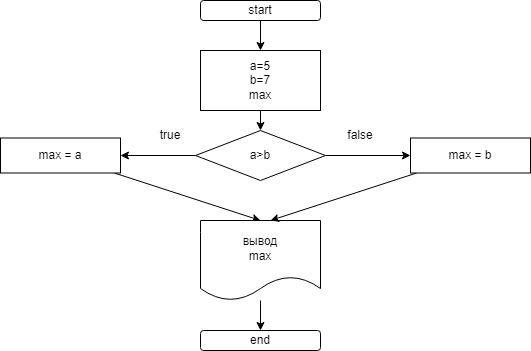
The draw.io diagram lesson_1/Task_1/diagram.drawio.png in 1Gar/C-Lessons, before a commit. Source tidied: cells renumbered, new cells last; positions are measured from the earlier drawing's top-left corner, leaving out a move shared by most shapes.
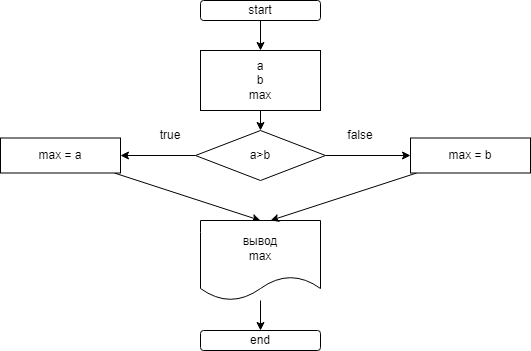
After the change.

Diff of the diagram source:
```diff
@@ -14,7 +14,7 @@
     <mxCell id="5" style="edgeStyle=none;html=1;" parent="1" edge="1" source="6" target="9">
       <mxGeometry relative="1" as="geometry" />
     </mxCell>
-    <mxCell id="6" value="a=5&lt;br&gt;b=7&lt;br&gt;max" style="rounded=0;whiteSpace=wrap;html=1;" parent="1" vertex="1">
+    <mxCell id="6" value="a&lt;br&gt;b&lt;br&gt;max" style="rounded=0;whiteSpace=wrap;html=1;" parent="1" vertex="1">
       <mxGeometry x="200" y="50" width="120" height="60" as="geometry" />
     </mxCell>
     <mxCell id="7" style="edgeStyle=none;html=1;" parent="1" edge="1" source="9" target="11">
```
